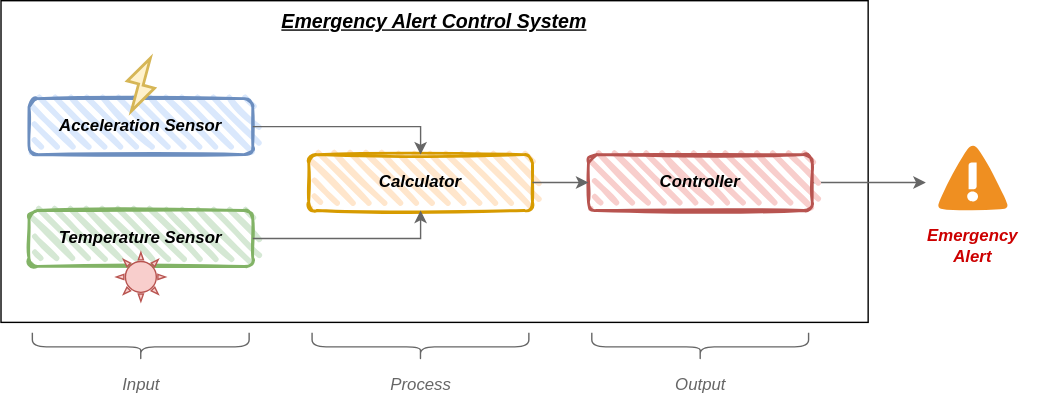
This is image/system-overview.drawio.svg from yutaro-ito/sample-sysml-v2-project, a draw.io export, as it was before one commit. Source tidied: cells renumbered, new cells last; positions are measured from the earlier drawing's top-left corner, leaving out a move shared by most shapes.
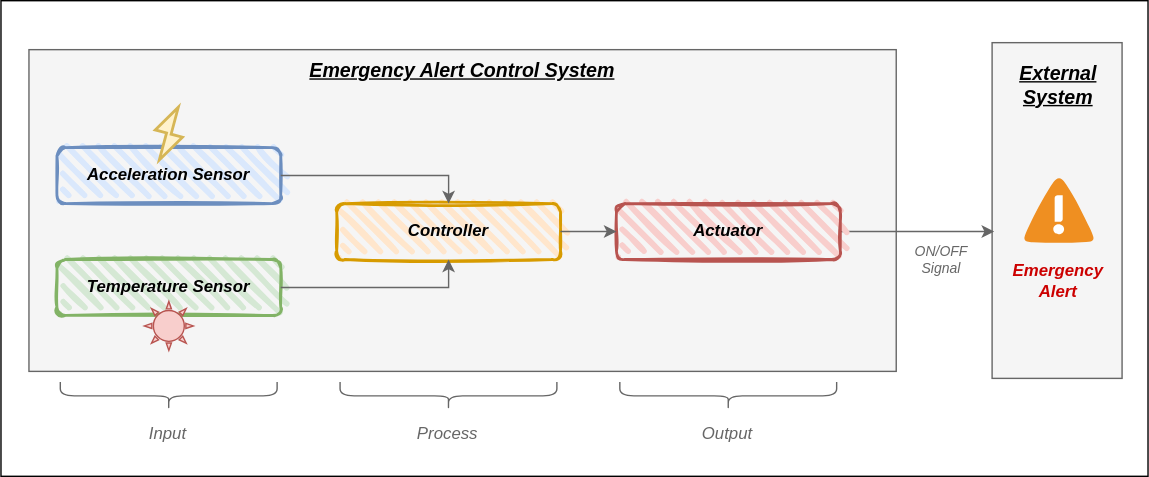
After the commit.

Diff of the diagram source:
```diff
@@ -2,7 +2,13 @@
   <root>
     <mxCell id="0" />
     <mxCell id="1" parent="0" />
+    <mxCell id="22" style="rounded=0;whiteSpace=wrap;html=1;fontSize=14;" parent="1" vertex="1">
+      <mxGeometry x="-20" y="-35" width="820" height="340" as="geometry" />
+    </mxCell>
+    <mxCell id="23" style="rounded=0;whiteSpace=wrap;html=1;fontSize=14;strokeColor=#666666;fillColor=#f5f5f5;fontColor=#333333;" parent="1" vertex="1">
+      <mxGeometry x="688.5" y="-5" width="92.9" height="240" as="geometry" />
+    </mxCell>
-    <mxCell id="2" style="rounded=0;whiteSpace=wrap;html=1;fontSize=14;fontColor=#000000;strokeColor=#000000;fillColor=none;" parent="1" vertex="1">
+    <mxCell id="2" style="rounded=0;whiteSpace=wrap;html=1;fontSize=14;strokeColor=#666666;fillColor=#f5f5f5;fontColor=#333333;" parent="1" vertex="1">
       <mxGeometry width="620" height="230" as="geometry" />
     </mxCell>
     <mxCell id="3" value="Acceleration Sensor" style="rounded=1;whiteSpace=wrap;html=1;strokeWidth=2;fillWeight=4;hachureGap=8;hachureAngle=45;fillColor=#dae8fc;sketch=1;fontStyle=3;strokeColor=#6c8ebf;" parent="1" vertex="1">
@@ -11,15 +17,15 @@
     <mxCell id="4" value="Temperature Sensor" style="rounded=1;whiteSpace=wrap;html=1;strokeWidth=2;fillWeight=4;hachureGap=8;hachureAngle=45;fillColor=#d5e8d4;sketch=1;fontStyle=3;strokeColor=#82b366;" parent="1" vertex="1">
       <mxGeometry x="20" y="150" width="160" height="40" as="geometry" />
     </mxCell>
-    <mxCell id="5" value="Calculator" style="rounded=1;whiteSpace=wrap;html=1;strokeWidth=2;fillWeight=4;hachureGap=8;hachureAngle=45;fillColor=#ffe6cc;sketch=1;fontStyle=3;strokeColor=#d79b00;" parent="1" vertex="1">
+    <mxCell id="5" value="Controller" style="rounded=1;whiteSpace=wrap;html=1;strokeWidth=2;fillWeight=4;hachureGap=8;hachureAngle=45;fillColor=#ffe6cc;sketch=1;fontStyle=3;strokeColor=#d79b00;" parent="1" vertex="1">
       <mxGeometry x="220" y="110" width="160" height="40" as="geometry" />
     </mxCell>
-    <mxCell id="6" style="edgeStyle=none;rounded=0;jettySize=auto;html=1;fontColor=#FF0000;strokeColor=#666666;elbow=vertical;entryX=0.012;entryY=0.5;entryDx=0;entryDy=0;entryPerimeter=0;" parent="1" edge="1" source="7">
+    <mxCell id="6" style="rounded=0;jettySize=auto;html=1;fontColor=#FF0000;strokeColor=#666666;elbow=vertical;" parent="1" edge="1" source="7">
       <mxGeometry relative="1" as="geometry">
-        <mxPoint x="661.2" y="130" as="targetPoint" />
+        <mxPoint x="690" y="130" as="targetPoint" />
       </mxGeometry>
     </mxCell>
-    <mxCell id="7" value="Controller" style="rounded=1;whiteSpace=wrap;html=1;strokeWidth=2;fillWeight=4;hachureGap=8;hachureAngle=45;fillColor=#f8cecc;sketch=1;fontStyle=3;strokeColor=#b85450;" parent="1" vertex="1">
+    <mxCell id="7" value="Actuator" style="rounded=1;whiteSpace=wrap;html=1;strokeWidth=2;fillWeight=4;hachureGap=8;hachureAngle=45;fillColor=#f8cecc;sketch=1;fontStyle=3;strokeColor=#b85450;" parent="1" vertex="1">
       <mxGeometry x="420" y="110" width="160" height="40" as="geometry" />
     </mxCell>
     <mxCell id="8" style="edgeStyle=elbowEdgeStyle;elbow=horizontal;endArrow=classic;html=1;rounded=0;fontColor=#FF0000;exitX=1;exitY=0.5;exitDx=0;exitDy=0;entryX=0.5;entryY=0;entryDx=0;entryDy=0;strokeColor=#666666;" parent="1" edge="1" source="3" target="5">
@@ -44,13 +50,13 @@
       </mxGeometry>
     </mxCell>
     <mxCell id="11" value="&lt;font style=&quot;font-size: 12px;&quot;&gt;Emergency Alert&lt;/font&gt;" style="text;html=1;strokeColor=none;fillColor=none;align=center;verticalAlign=middle;whiteSpace=wrap;rounded=0;fontColor=#CC0000;fontStyle=3;fontSize=12;" parent="1" vertex="1">
-      <mxGeometry x="650" y="160" width="90" height="30" as="geometry" />
+      <mxGeometry x="691.5" y="150" width="90" height="30" as="geometry" />
     </mxCell>
     <mxCell id="12" value="Emergency Alert Control System" style="text;html=1;strokeColor=none;fillColor=none;align=center;verticalAlign=middle;whiteSpace=wrap;rounded=0;fontColor=#000000;fontStyle=7;fontSize=14;" parent="1" vertex="1">
       <mxGeometry x="185" width="250" height="30" as="geometry" />
     </mxCell>
     <mxCell id="13" style="shadow=0;dashed=0;html=1;strokeColor=none;fillColor=#4495D1;labelPosition=center;verticalLabelPosition=bottom;verticalAlign=top;align=center;shape=mxgraph.veeam.2d.alert;fontSize=14;fontColor=#000000;" parent="1" vertex="1">
-      <mxGeometry x="670" y="103.4" width="50" height="46.6" as="geometry" />
+      <mxGeometry x="711.5" y="91.7" width="50" height="46.6" as="geometry" />
     </mxCell>
     <mxCell id="14" style="html=1;verticalLabelPosition=bottom;align=center;labelBackgroundColor=#ffffff;verticalAlign=top;strokeWidth=2;strokeColor=#d6b656;shadow=0;dashed=0;shape=mxgraph.ios7.icons.flash;rotation=15;fillColor=#fff2cc;" parent="1" vertex="1">
       <mxGeometry x="89.9" y="40" width="20.2" height="40" as="geometry" />
@@ -68,13 +74,19 @@
       <mxGeometry x="489.9" y="170" width="20" height="155" as="geometry" />
     </mxCell>
     <mxCell id="19" value="Input" style="text;html=1;strokeColor=none;fillColor=none;align=center;verticalAlign=middle;whiteSpace=wrap;rounded=0;fontColor=#666666;fontStyle=2;fontSize=12;" parent="1" vertex="1">
-      <mxGeometry x="67.5" y="260" width="65" height="30" as="geometry" />
+      <mxGeometry x="67.4" y="260" width="65" height="30" as="geometry" />
     </mxCell>
     <mxCell id="20" value="Process" style="text;html=1;strokeColor=none;fillColor=none;align=center;verticalAlign=middle;whiteSpace=wrap;rounded=0;fontColor=#666666;fontStyle=2;fontSize=12;" parent="1" vertex="1">
-      <mxGeometry x="267.5" y="260" width="65" height="30" as="geometry" />
+      <mxGeometry x="267.4" y="260" width="65" height="30" as="geometry" />
     </mxCell>
     <mxCell id="21" value="Output" style="text;html=1;strokeColor=none;fillColor=none;align=center;verticalAlign=middle;whiteSpace=wrap;rounded=0;fontColor=#666666;fontStyle=2;fontSize=12;" parent="1" vertex="1">
-      <mxGeometry x="467.5" y="260" width="65" height="30" as="geometry" />
+      <mxGeometry x="467.4" y="260" width="65" height="30" as="geometry" />
     </mxCell>
+    <mxCell id="24" value="External&lt;br&gt;System" style="text;html=1;strokeColor=none;fillColor=none;align=center;verticalAlign=middle;whiteSpace=wrap;rounded=0;fontColor=#000000;fontStyle=7;fontSize=14;" parent="1" vertex="1">
+      <mxGeometry x="701.5" y="10" width="70" height="30" as="geometry" />
+    </mxCell>
+    <mxCell id="25" value="ON/OFF&lt;br style=&quot;font-size: 10px;&quot;&gt;Signal" style="text;html=1;strokeColor=none;fillColor=none;align=center;verticalAlign=middle;whiteSpace=wrap;rounded=0;fontColor=#666666;fontStyle=2;fontSize=10;" parent="1" vertex="1">
+      <mxGeometry x="620" y="135" width="65" height="30" as="geometry" />
+    </mxCell>
   </root>
 </mxGraphModel>
```
